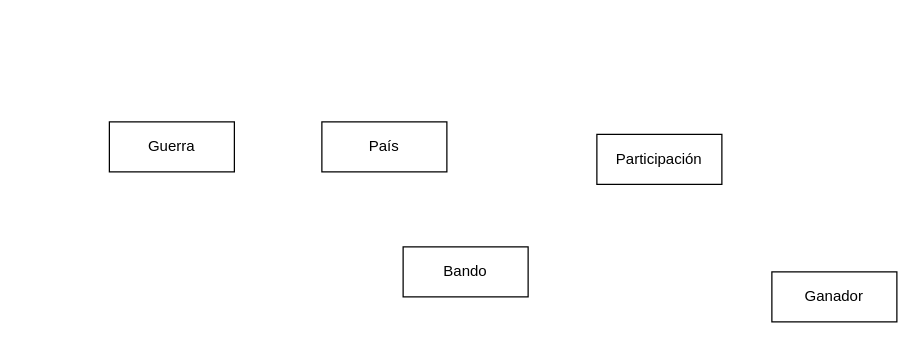
The draw.io diagram ej4.drawio in adriii28/amr-tsys-C3U12-11102023, before the edit. Source tidied: cells renumbered, new cells numbered last; positions are measured from the earlier drawing's top-left corner, leaving out a move shared by most shapes. Both pictures are drawn from the tidied source at 125%, with x=0, y=0 at pixel (109, 121).
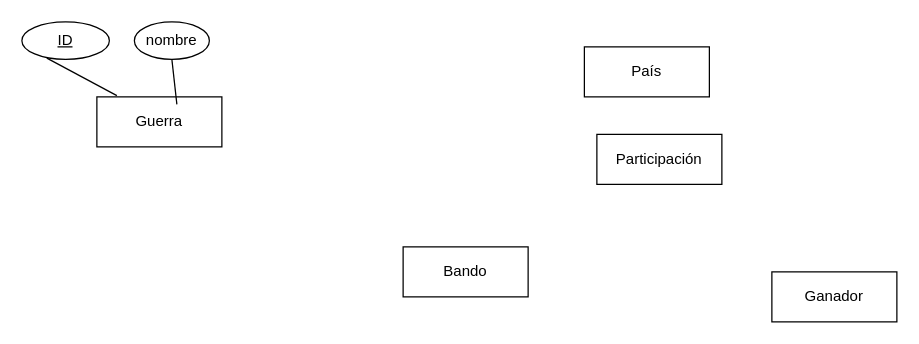
The same diagram, later.

Commit message:
atributos guerra 1

Diff of the diagram source:
```diff
@@
 <mxGraphModel>
   <root>
     <mxCell id="0" />
     <mxCell id="1" parent="0" />
     <mxCell id="2" value="Guerra" style="whiteSpace=wrap;html=1;align=center;" parent="1" vertex="1">
-      <mxGeometry width="100" height="40" as="geometry" />
+      <mxGeometry x="-10" y="-20" width="100" height="40" as="geometry" />
     </mxCell>
     <mxCell id="3" value="País" style="whiteSpace=wrap;html=1;align=center;" parent="1" vertex="1">
-      <mxGeometry x="170" width="100" height="40" as="geometry" />
+      <mxGeometry x="380" y="-60" width="100" height="40" as="geometry" />
     </mxCell>
     <mxCell id="4" value="Bando" style="whiteSpace=wrap;html=1;align=center;" parent="1" vertex="1">
       <mxGeometry x="235" y="100" width="100" height="40" as="geometry" />
     </mxCell>
     <mxCell id="5" value="Participación" style="whiteSpace=wrap;html=1;align=center;" parent="1" vertex="1">
       <mxGeometry x="390" y="10" width="100" height="40" as="geometry" />
     </mxCell>
     <mxCell id="6" value="Ganador" style="whiteSpace=wrap;html=1;align=center;" parent="1" vertex="1">
       <mxGeometry x="530" y="120" width="100" height="40" as="geometry" />
     </mxCell>
+    <mxCell id="7" value="&lt;u&gt;ID&lt;/u&gt;" style="ellipse;whiteSpace=wrap;html=1;align=center;" parent="1" vertex="1">
+      <mxGeometry x="-70" y="-80" width="70" height="30" as="geometry" />
+    </mxCell>
+    <mxCell id="8" value="nombre" style="ellipse;whiteSpace=wrap;html=1;align=center;" parent="1" vertex="1">
+      <mxGeometry x="20" y="-80" width="60" height="30" as="geometry" />
+    </mxCell>
+    <mxCell id="9" style="endArrow=none;html=1;rounded=0;entryX=0.16;entryY=-0.025;entryDx=0;entryDy=0;entryPerimeter=0;" parent="1" edge="1" target="2">
+      <mxGeometry relative="1" as="geometry">
+        <mxPoint x="-50" y="-51" as="sourcePoint" />
+      </mxGeometry>
+    </mxCell>
+    <mxCell id="10" style="endArrow=none;html=1;rounded=0;entryX=0.64;entryY=0.15;entryDx=0;entryDy=0;entryPerimeter=0;" parent="1" edge="1" target="2">
+      <mxGeometry relative="1" as="geometry">
+        <mxPoint x="50" y="-50" as="sourcePoint" />
+      </mxGeometry>
+    </mxCell>
   </root>
 </mxGraphModel>
```
